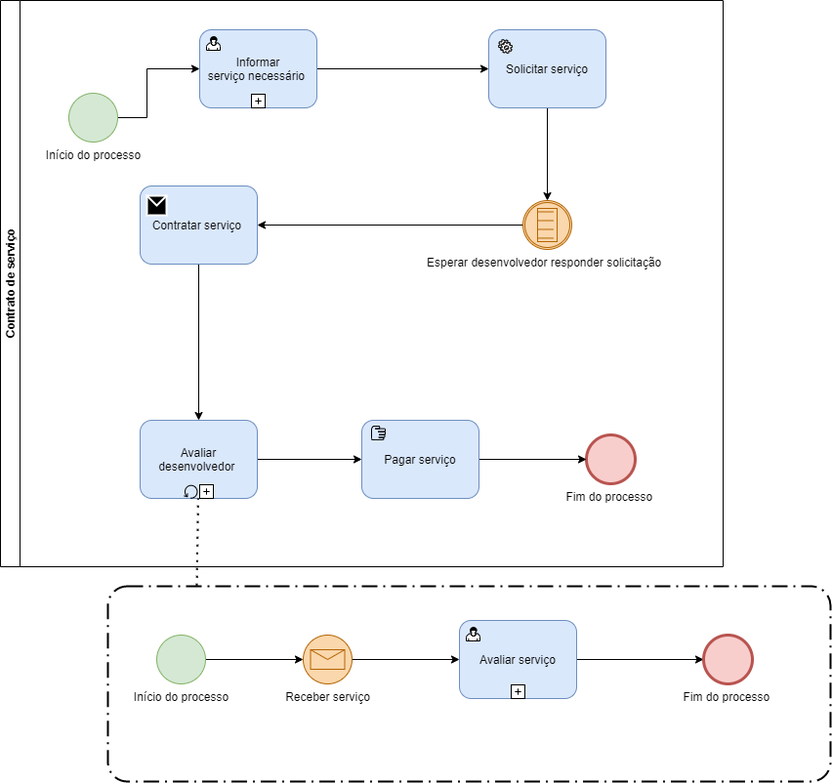
ICEI-PUC-Minas-PPLES-TI/plf-es-2021-1-ti2-0940100-DevTask keeps this draw.io diagram as documentacao/imagens/process03.png. Above is the earlier version. Source tidied: cells renumbered, new cells last; positions are measured from the earlier drawing's top-left corner, leaving out a move shared by most shapes.
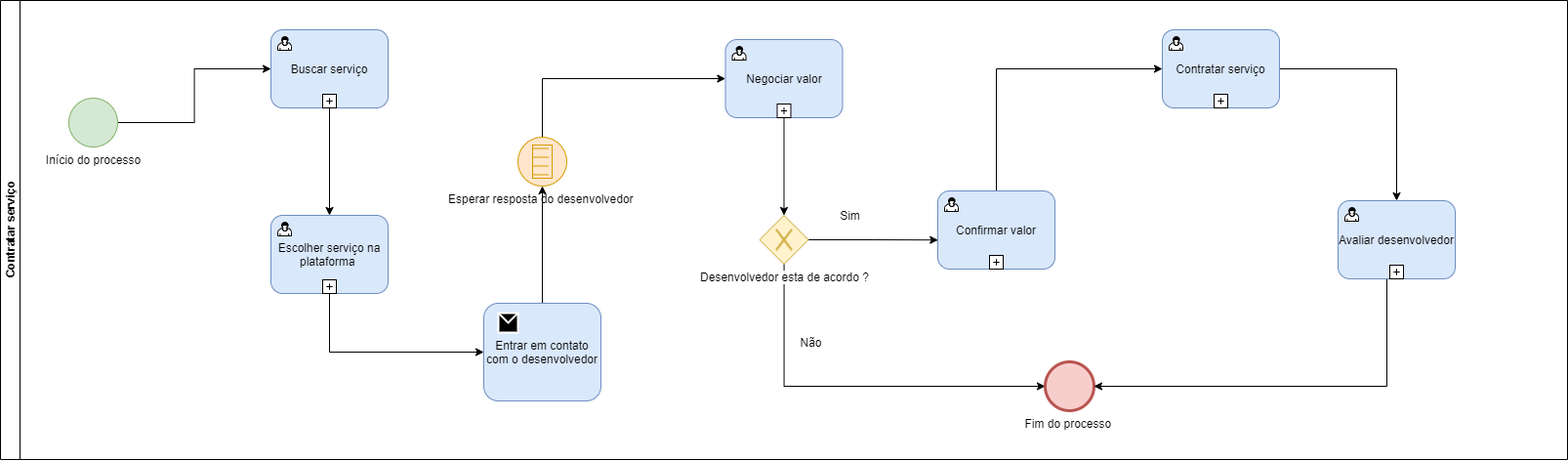
After the commit.

Commit message:
Fix Atualizar diagramas BPMN

What changed in the source:
```diff
@@ -2,115 +2,138 @@
   <root>
     <mxCell id="0" />
     <mxCell id="1" parent="0" />
-    <mxCell id="2" value="Contrato de serviço" style="swimlane;html=1;horizontal=0;startSize=20;" parent="1" vertex="1">
-      <mxGeometry width="740" height="580" as="geometry" />
+    <mxCell id="2" value="Contratar&amp;nbsp;serviço" style="swimlane;html=1;horizontal=0;startSize=20;" parent="1" vertex="1">
+      <mxGeometry width="1605" height="470" as="geometry" />
     </mxCell>
-    <mxCell id="3" style="edgeStyle=orthogonalEdgeStyle;rounded=0;jettySize=auto;html=1;entryX=0;entryY=0.5;entryDx=0;entryDy=0;" parent="2" edge="1" source="4" target="15">
+    <mxCell id="3" style="edgeStyle=orthogonalEdgeStyle;rounded=0;jettySize=auto;html=1;entryX=0;entryY=0.5;entryDx=0;entryDy=0;" parent="2" edge="1" source="4" target="6">
       <mxGeometry relative="1" as="geometry" />
     </mxCell>
-    <mxCell id="4" value="Informar serviço&amp;nbsp;necessário&amp;nbsp;" style="html=1;whiteSpace=wrap;rounded=1;fillColor=#dae8fc;strokeColor=#6c8ebf;" parent="2" vertex="1">
-      <mxGeometry x="204" y="30" width="120" height="80" as="geometry" />
+    <mxCell id="4" value="Início do processo" style="shape=mxgraph.bpmn.shape;html=1;verticalLabelPosition=bottom;labelBackgroundColor=#ffffff;verticalAlign=top;align=center;perimeter=ellipsePerimeter;outlineConnect=0;outline=standard;symbol=general;fillColor=#d5e8d4;strokeColor=#82b366;" parent="2" vertex="1">
+      <mxGeometry x="70" y="100" width="50" height="50" as="geometry" />
     </mxCell>
-    <mxCell id="5" style="html=1;shape=mxgraph.bpmn.user_task;" parent="4" vertex="1">
-      <mxGeometry width="14" height="14" relative="1" as="geometry">
-        <mxPoint x="7" y="7" as="offset" />
-      </mxGeometry>
+    <mxCell id="5" style="edgeStyle=orthogonalEdgeStyle;rounded=0;jettySize=auto;html=1;entryX=0.5;entryY=0;entryDx=0;entryDy=0;" parent="2" edge="1" source="6" target="10">
+      <mxGeometry relative="1" as="geometry" />
     </mxCell>
-    <mxCell id="6" style="html=1;shape=plus;outlineConnect=0;" parent="4" vertex="1">
-      <mxGeometry x="0.5" y="1" width="14" height="14" relative="1" as="geometry">
-        <mxPoint x="-7" y="-14" as="offset" />
-      </mxGeometry>
+    <mxCell id="6" value="Buscar&amp;nbsp;serviço" style="html=1;whiteSpace=wrap;rounded=1;fillColor=#dae8fc;strokeColor=#6c8ebf;" parent="2" vertex="1">
+      <mxGeometry x="277" y="30" width="120" height="80" as="geometry" />
     </mxCell>
-    <mxCell id="7" style="edgeStyle=orthogonalEdgeStyle;rounded=0;jettySize=auto;html=1;" parent="2" edge="1" source="8" target="4">
-      <mxGeometry relative="1" as="geometry">
-        <Array as="points">
-          <mxPoint x="150" y="120" />
-          <mxPoint x="150" y="70" />
-        </Array>
+    <mxCell id="7" style="html=1;shape=mxgraph.bpmn.user_task;" parent="6" vertex="1">
+      <mxGeometry width="14" height="14" relative="1" as="geometry">
+        <mxPoint x="7" y="7" as="offset" />
       </mxGeometry>
     </mxCell>
-    <mxCell id="8" value="Início do processo" style="shape=mxgraph.bpmn.shape;html=1;verticalLabelPosition=bottom;labelBackgroundColor=#ffffff;verticalAlign=top;align=center;perimeter=ellipsePerimeter;outlineConnect=0;outline=standard;symbol=general;fillColor=#d5e8d4;strokeColor=#82b366;" parent="2" vertex="1">
-      <mxGeometry x="70" y="95" width="50" height="50" as="geometry" />
+    <mxCell id="8" style="html=1;shape=plus;outlineConnect=0;" parent="6" vertex="1">
+      <mxGeometry x="0.5" y="1" width="14" height="14" relative="1" as="geometry">
+        <mxPoint x="-7" y="-14" as="offset" />
+      </mxGeometry>
     </mxCell>
-    <mxCell id="9" value="Fim do processo&amp;nbsp;" style="shape=mxgraph.bpmn.shape;html=1;verticalLabelPosition=bottom;labelBackgroundColor=#ffffff;verticalAlign=top;align=center;perimeter=ellipsePerimeter;outlineConnect=0;outline=end;symbol=general;fillColor=#f8cecc;strokeColor=#b85450;" parent="2" vertex="1">
-      <mxGeometry x="600" y="445" width="50" height="50" as="geometry" />
+    <mxCell id="9" style="edgeStyle=orthogonalEdgeStyle;rounded=0;jettySize=auto;html=1;entryX=0;entryY=0.5;entryDx=0;entryDy=0;" parent="2" edge="1" source="10" target="36">
+      <mxGeometry relative="1" as="geometry">
+        <Array as="points">
+          <mxPoint x="337" y="360" />
+        </Array>
+      </mxGeometry>
     </mxCell>
-    <mxCell id="10" style="edgeStyle=orthogonalEdgeStyle;rounded=0;jettySize=auto;html=1;entryX=0;entryY=0.5;entryDx=0;entryDy=0;" parent="2" edge="1" source="11" target="21">
-      <mxGeometry relative="1" as="geometry" />
+    <mxCell id="10" value="Escolher&amp;nbsp;serviço na plataforma&amp;nbsp;" style="html=1;whiteSpace=wrap;rounded=1;fillColor=#dae8fc;strokeColor=#6c8ebf;" parent="2" vertex="1">
+      <mxGeometry x="277" y="220" width="120" height="80" as="geometry" />
     </mxCell>
-    <mxCell id="11" value="Avaliar desenvolvedor&amp;nbsp;" style="html=1;whiteSpace=wrap;rounded=1;fillColor=#dae8fc;strokeColor=#6c8ebf;" parent="2" vertex="1">
-      <mxGeometry x="143" y="430" width="120" height="80" as="geometry" />
+    <mxCell id="11" style="html=1;shape=mxgraph.bpmn.user_task;outlineConnect=0;" parent="10" vertex="1">
+      <mxGeometry width="14" height="14" relative="1" as="geometry">
+        <mxPoint x="7" y="7" as="offset" />
+      </mxGeometry>
     </mxCell>
-    <mxCell id="12" style="html=1;shape=mxgraph.bpmn.loop;" parent="11" vertex="1">
+    <mxCell id="12" style="html=1;shape=plus;" parent="10" vertex="1">
       <mxGeometry x="0.5" y="1" width="14" height="14" relative="1" as="geometry">
-        <mxPoint x="-15" y="-14" as="offset" />
+        <mxPoint x="-7" y="-14" as="offset" />
       </mxGeometry>
     </mxCell>
-    <mxCell id="13" style="html=1;shape=plus;" parent="11" vertex="1">
-      <mxGeometry x="0.5" y="1" width="14" height="14" relative="1" as="geometry">
-        <mxPoint x="1" y="-14" as="offset" />
+    <mxCell id="13" style="edgeStyle=orthogonalEdgeStyle;rounded=0;jettySize=auto;html=1;entryX=0;entryY=0.5;entryDx=0;entryDy=0;" parent="2" edge="1" source="14" target="16">
+      <mxGeometry relative="1" as="geometry">
+        <Array as="points">
+          <mxPoint x="555" y="80" />
+        </Array>
       </mxGeometry>
     </mxCell>
-    <mxCell id="14" style="edgeStyle=orthogonalEdgeStyle;rounded=0;jettySize=auto;html=1;entryX=0.5;entryY=0;entryDx=0;entryDy=0;" parent="2" edge="1" source="15" target="18">
-      <mxGeometry relative="1" as="geometry" />
+    <mxCell id="14" value="Esperar resposta do desenvolvedor&amp;nbsp;" style="shape=mxgraph.bpmn.shape;html=1;verticalLabelPosition=bottom;labelBackgroundColor=#ffffff;verticalAlign=top;align=center;perimeter=ellipsePerimeter;outlineConnect=0;outline=standard;symbol=conditional;fillColor=#ffe6cc;strokeColor=#d79b00;" parent="2" vertex="1">
+      <mxGeometry x="530" y="140" width="50" height="50" as="geometry" />
     </mxCell>
-    <mxCell id="15" value="Solicitar serviço" style="shape=ext;rounded=1;html=1;whiteSpace=wrap;fillColor=#dae8fc;strokeColor=#6c8ebf;" parent="2" vertex="1">
-      <mxGeometry x="500" y="30" width="120" height="80" as="geometry" />
+    <mxCell id="15" style="edgeStyle=orthogonalEdgeStyle;rounded=0;jettySize=auto;html=1;entryX=0.5;entryY=0;entryDx=0;entryDy=0;" parent="2" edge="1" source="16" target="21">
+      <mxGeometry relative="1" as="geometry" />
     </mxCell>
-    <mxCell id="16" style="shape=mxgraph.bpmn.service_task;html=1;outlineConnect=0;" parent="2" vertex="1">
-      <mxGeometry x="510" y="40" width="14" height="14" as="geometry" />
+    <mxCell id="16" value="Negociar valor" style="html=1;whiteSpace=wrap;rounded=1;fillColor=#dae8fc;strokeColor=#6c8ebf;" parent="2" vertex="1">
+      <mxGeometry x="742.5" y="40" width="120" height="80" as="geometry" />
     </mxCell>
-    <mxCell id="17" style="edgeStyle=orthogonalEdgeStyle;rounded=0;jettySize=auto;html=1;" parent="2" edge="1" source="18">
-      <mxGeometry relative="1" as="geometry">
-        <mxPoint x="263" y="230" as="targetPoint" />
+    <mxCell id="17" style="html=1;shape=mxgraph.bpmn.user_task;" parent="16" vertex="1">
+      <mxGeometry width="14" height="14" relative="1" as="geometry">
+        <mxPoint x="7" y="7" as="offset" />
       </mxGeometry>
     </mxCell>
-    <mxCell id="18" value="Esperar desenvolvedor responder solicitação&amp;nbsp;&amp;nbsp;" style="shape=mxgraph.bpmn.shape;html=1;verticalLabelPosition=bottom;labelBackgroundColor=#ffffff;verticalAlign=top;align=center;perimeter=ellipsePerimeter;outlineConnect=0;outline=catching;symbol=conditional;fillColor=#fad7ac;strokeColor=#b46504;" parent="2" vertex="1">
-      <mxGeometry x="535" y="205" width="50" height="50" as="geometry" />
+    <mxCell id="18" style="html=1;shape=plus;outlineConnect=0;" parent="16" vertex="1">
+      <mxGeometry x="0.5" y="1" width="14" height="14" relative="1" as="geometry">
+        <mxPoint x="-7" y="-14" as="offset" />
+      </mxGeometry>
     </mxCell>
-    <mxCell id="19" style="edgeStyle=orthogonalEdgeStyle;rounded=0;jettySize=auto;html=1;" parent="2" edge="1" target="11">
-      <mxGeometry relative="1" as="geometry">
-        <mxPoint x="203" y="270" as="sourcePoint" />
-      </mxGeometry>
+    <mxCell id="19" style="edgeStyle=orthogonalEdgeStyle;rounded=0;jettySize=auto;html=1;entryX=0.002;entryY=0.628;entryDx=0;entryDy=0;entryPerimeter=0;" parent="2" edge="1" source="21" target="23">
+      <mxGeometry relative="1" as="geometry" />
     </mxCell>
-    <mxCell id="20" style="edgeStyle=orthogonalEdgeStyle;rounded=0;jettySize=auto;html=1;entryX=0;entryY=0.5;entryDx=0;entryDy=0;" parent="2" edge="1" source="21" target="9">
-      <mxGeometry relative="1" as="geometry" />
+    <mxCell id="20" style="edgeStyle=orthogonalEdgeStyle;rounded=0;jettySize=auto;html=1;entryX=0;entryY=0.5;entryDx=0;entryDy=0;" parent="2" edge="1" source="21" target="30">
+      <mxGeometry relative="1" as="geometry">
+        <Array as="points">
+          <mxPoint x="803" y="395" />
+        </Array>
+      </mxGeometry>
     </mxCell>
-    <mxCell id="21" value="Pagar&amp;nbsp;serviço" style="shape=ext;rounded=1;html=1;whiteSpace=wrap;fillColor=#dae8fc;strokeColor=#6c8ebf;" parent="2" vertex="1">
-      <mxGeometry x="370" y="430" width="120" height="80" as="geometry" />
+    <mxCell id="21" value="Desenvolvedor esta de acordo ?" style="shape=mxgraph.bpmn.shape;html=1;verticalLabelPosition=bottom;labelBackgroundColor=#ffffff;verticalAlign=top;align=center;perimeter=rhombusPerimeter;background=gateway;outlineConnect=0;outline=none;symbol=exclusiveGw;fillColor=#fff2cc;strokeColor=#d6b656;" parent="2" vertex="1">
+      <mxGeometry x="777.5" y="220" width="50" height="50" as="geometry" />
     </mxCell>
-    <mxCell id="22" style="shape=mxgraph.bpmn.manual_task;html=1;fillColor=none;gradientColor=none;" parent="2" vertex="1">
-      <mxGeometry x="380" y="436" width="14" height="14" as="geometry" />
+    <mxCell id="22" style="edgeStyle=orthogonalEdgeStyle;rounded=0;jettySize=auto;html=1;" parent="2" edge="1" source="23" target="27">
+      <mxGeometry relative="1" as="geometry">
+        <Array as="points">
+          <mxPoint x="1020" y="70" />
+        </Array>
+      </mxGeometry>
     </mxCell>
-    <mxCell id="23" value="&lt;span&gt;Contratar serviço&amp;nbsp;&lt;/span&gt;" style="shape=ext;rounded=1;html=1;whiteSpace=wrap;fillColor=#dae8fc;strokeColor=#6c8ebf;" parent="2" vertex="1">
-      <mxGeometry x="143" y="190" width="120" height="80" as="geometry" />
+    <mxCell id="23" value="Confirmar valor" style="html=1;whiteSpace=wrap;rounded=1;fillColor=#dae8fc;strokeColor=#6c8ebf;" parent="2" vertex="1">
+      <mxGeometry x="960" y="195" width="120" height="80" as="geometry" />
     </mxCell>
-    <mxCell id="24" style="shape=message;whiteSpace=wrap;html=1;fillColor=#000000;strokeColor=#ffffff;strokeWidth=2;" parent="2" vertex="1">
-      <mxGeometry x="150" y="200" width="20" height="20" as="geometry" />
+    <mxCell id="24" style="html=1;shape=mxgraph.bpmn.user_task;" parent="23" vertex="1">
+      <mxGeometry width="14" height="14" relative="1" as="geometry">
+        <mxPoint x="7" y="7" as="offset" />
+      </mxGeometry>
     </mxCell>
-    <mxCell id="25" style="rounded=1;arcSize=10;dashed=1;strokeColor=#000000;fillColor=none;gradientColor=none;dashPattern=8 3 1 3;strokeWidth=2;" parent="1" vertex="1">
-      <mxGeometry x="110" y="600" width="740" height="200" as="geometry" />
+    <mxCell id="25" style="html=1;shape=plus;outlineConnect=0;" parent="23" vertex="1">
+      <mxGeometry x="0.5" y="1" width="14" height="14" relative="1" as="geometry">
+        <mxPoint x="-7" y="-14" as="offset" />
+      </mxGeometry>
     </mxCell>
-    <mxCell id="26" style="edgeStyle=orthogonalEdgeStyle;rounded=0;jettySize=auto;html=1;entryX=0;entryY=0.5;entryDx=0;entryDy=0;" parent="1" edge="1" source="27" target="30">
+    <mxCell id="26" style="edgeStyle=orthogonalEdgeStyle;rounded=0;jettySize=auto;html=1;" parent="2" edge="1" source="27" target="32">
       <mxGeometry relative="1" as="geometry" />
     </mxCell>
-    <mxCell id="27" value="Início do processo" style="shape=mxgraph.bpmn.shape;html=1;verticalLabelPosition=bottom;labelBackgroundColor=#ffffff;verticalAlign=top;align=center;perimeter=ellipsePerimeter;outlineConnect=0;outline=standard;symbol=general;fillColor=#d5e8d4;strokeColor=#82b366;" parent="1" vertex="1">
-      <mxGeometry x="160" y="650" width="50" height="50" as="geometry" />
+    <mxCell id="27" value="Contratar&amp;nbsp;serviço" style="html=1;whiteSpace=wrap;rounded=1;fillColor=#dae8fc;strokeColor=#6c8ebf;" parent="2" vertex="1">
+      <mxGeometry x="1190" y="30" width="120" height="80" as="geometry" />
     </mxCell>
-    <mxCell id="28" style="endArrow=none;dashed=1;html=1;dashPattern=1 3;strokeWidth=2;exitX=0.123;exitY=-0.004;exitDx=0;exitDy=0;exitPerimeter=0;" parent="1" edge="1" source="25" target="11">
-      <mxGeometry relative="1" as="geometry" />
+    <mxCell id="28" style="html=1;shape=mxgraph.bpmn.user_task;" parent="27" vertex="1">
+      <mxGeometry width="14" height="14" relative="1" as="geometry">
+        <mxPoint x="7" y="7" as="offset" />
+      </mxGeometry>
     </mxCell>
-    <mxCell id="29" style="edgeStyle=orthogonalEdgeStyle;rounded=0;jettySize=auto;html=1;entryX=0;entryY=0.5;entryDx=0;entryDy=0;" parent="1" edge="1" source="30" target="32">
-      <mxGeometry relative="1" as="geometry" />
+    <mxCell id="29" style="html=1;shape=plus;" parent="27" vertex="1">
+      <mxGeometry x="0.5" y="1" width="14" height="14" relative="1" as="geometry">
+        <mxPoint x="-7" y="-14" as="offset" />
+      </mxGeometry>
     </mxCell>
-    <mxCell id="30" value="Receber&amp;nbsp;serviço" style="shape=mxgraph.bpmn.shape;html=1;verticalLabelPosition=bottom;labelBackgroundColor=#ffffff;verticalAlign=top;align=center;perimeter=ellipsePerimeter;outlineConnect=0;outline=standard;symbol=message;fillColor=#fad7ac;strokeColor=#b46504;" parent="1" vertex="1">
-      <mxGeometry x="310" y="650" width="50" height="50" as="geometry" />
+    <mxCell id="30" value="Fim do processo&amp;nbsp;" style="shape=mxgraph.bpmn.shape;html=1;verticalLabelPosition=bottom;labelBackgroundColor=#ffffff;verticalAlign=top;align=center;perimeter=ellipsePerimeter;outlineConnect=0;outline=end;symbol=general;fillColor=#f8cecc;strokeColor=#b85450;" parent="2" vertex="1">
+      <mxGeometry x="1070" y="370" width="50" height="50" as="geometry" />
     </mxCell>
-    <mxCell id="31" style="edgeStyle=orthogonalEdgeStyle;rounded=0;jettySize=auto;html=1;entryX=0;entryY=0.5;entryDx=0;entryDy=0;" parent="1" edge="1" source="32" target="35">
-      <mxGeometry relative="1" as="geometry" />
+    <mxCell id="31" style="edgeStyle=orthogonalEdgeStyle;rounded=0;jettySize=auto;html=1;entryX=1;entryY=0.5;entryDx=0;entryDy=0;" parent="2" edge="1" source="32" target="30">
+      <mxGeometry relative="1" as="geometry">
+        <Array as="points">
+          <mxPoint x="1420" y="395" />
+        </Array>
+      </mxGeometry>
     </mxCell>
-    <mxCell id="32" value="Avaliar&amp;nbsp;serviço" style="html=1;whiteSpace=wrap;rounded=1;fillColor=#dae8fc;strokeColor=#6c8ebf;" parent="1" vertex="1">
-      <mxGeometry x="470" y="635" width="120" height="80" as="geometry" />
+    <mxCell id="32" value="Avaliar desenvolvedor" style="html=1;whiteSpace=wrap;rounded=1;fillColor=#dae8fc;strokeColor=#6c8ebf;" parent="2" vertex="1">
+      <mxGeometry x="1370" y="205" width="120" height="80" as="geometry" />
     </mxCell>
     <mxCell id="33" style="html=1;shape=mxgraph.bpmn.user_task;" parent="32" vertex="1">
       <mxGeometry width="14" height="14" relative="1" as="geometry">
@@ -122,8 +145,20 @@
         <mxPoint x="-7" y="-14" as="offset" />
       </mxGeometry>
     </mxCell>
-    <mxCell id="35" value="Fim do processo&amp;nbsp;" style="shape=mxgraph.bpmn.shape;html=1;verticalLabelPosition=bottom;labelBackgroundColor=#ffffff;verticalAlign=top;align=center;perimeter=ellipsePerimeter;outlineConnect=0;outline=end;symbol=general;fillColor=#f8cecc;strokeColor=#b85450;" parent="1" vertex="1">
-      <mxGeometry x="720" y="650" width="50" height="50" as="geometry" />
+    <mxCell id="35" style="edgeStyle=orthogonalEdgeStyle;rounded=0;jettySize=auto;html=1;entryX=0.5;entryY=1;entryDx=0;entryDy=0;" parent="2" edge="1" source="36" target="14">
+      <mxGeometry relative="1" as="geometry" />
     </mxCell>
+    <mxCell id="36" value="Entrar em contato com o desenvolvedor" style="shape=ext;rounded=1;html=1;whiteSpace=wrap;fillColor=#dae8fc;strokeColor=#6c8ebf;" parent="2" vertex="1">
+      <mxGeometry x="495" y="310" width="120" height="100" as="geometry" />
+    </mxCell>
+    <mxCell id="37" style="shape=message;whiteSpace=wrap;html=1;fillColor=#000000;strokeColor=#ffffff;strokeWidth=2;" parent="2" vertex="1">
+      <mxGeometry x="510" y="320" width="20" height="20" as="geometry" />
+    </mxCell>
+    <mxCell id="38" value="&lt;div&gt;&lt;span&gt;Não&lt;/span&gt;&lt;br&gt;&lt;/div&gt;" style="text;html=1;align=center;verticalAlign=middle;" parent="2" vertex="1">
+      <mxGeometry x="810" y="340" width="40" height="20" as="geometry" />
+    </mxCell>
+    <mxCell id="39" value="Sim" style="text;html=1;align=center;verticalAlign=middle;" parent="1" vertex="1">
+      <mxGeometry x="850" y="210" width="40" height="20" as="geometry" />
+    </mxCell>
   </root>
 </mxGraphModel>
```
